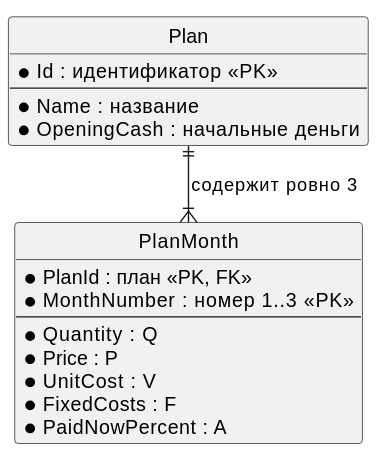
Earlier version of the PlantUML export docs/diagrams/er.svg (Lev12345678901234567890/Findirector).
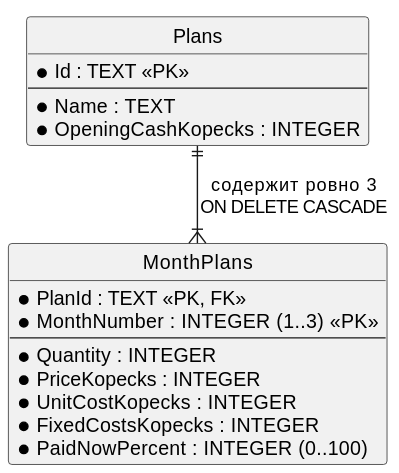
After the commit.

What changed in the source:
```diff
@@ -3,23 +3,23 @@
 hide circle
 skinparam linetype ortho
 
-entity "Plan" as plan {
-  * Id : идентификатор <<PK>>
+entity "Plans" as plan {
+  * Id : TEXT <<PK>>
   --
-  * Name : название
-  * OpeningCash : начальные деньги
+  * Name : TEXT
+  * OpeningCashKopecks : INTEGER
 }
 
-entity "PlanMonth" as month {
-  * PlanId : план <<PK, FK>>
-  * MonthNumber : номер 1..3 <<PK>>
+entity "MonthPlans" as month {
+  * PlanId : TEXT <<PK, FK>>
+  * MonthNumber : INTEGER (1..3) <<PK>>
   --
-  * Quantity : Q
-  * Price : P
-  * UnitCost : V
-  * FixedCosts : F
-  * PaidNowPercent : A
+  * Quantity : INTEGER
+  * PriceKopecks : INTEGER
+  * UnitCostKopecks : INTEGER
+  * FixedCostsKopecks : INTEGER
+  * PaidNowPercent : INTEGER (0..100)
 }
 
-plan ||--|{ month : "содержит ровно 3"
+plan ||--|{ month : "содержит ровно 3\nON DELETE CASCADE"
 @enduml
```
